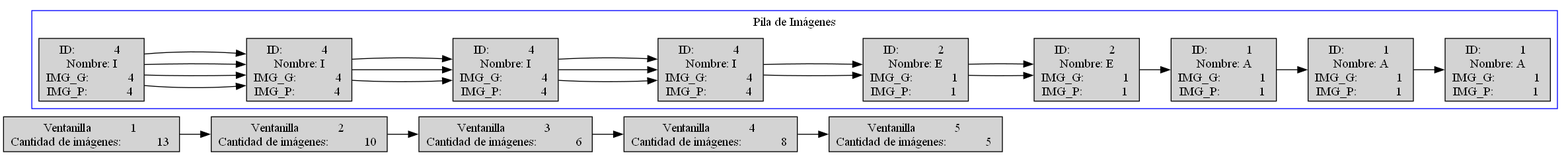
Earlier version of the Graphviz export Proyecto/listaventanas.dot.png (Serrano18/EDD_PROYECTO_202201989). Its source is kept beside it as Proyecto/listaventanas.dot. The source it was exported from:
```dot
 digraph pilasImagenes {
     node [shape=box, style=filled];
 rankdir = LR;
      "Ventanilla           1 " [label="Ventanilla            1 \nCantidad de imágenes:           13 ", shape=box];
     subgraph cluster_1
 {
         label="Pila de Imágenes";
         color=blue;
          "imagen           0 " [label="ID:            1 \nNombre: A\nIMG_G:            1 \nIMG_P:            1 "];
          "imagen           0 " -> "imagen           1 ";
          "imagen           1 " [label="ID:            1 \nNombre: A\nIMG_G:            1 \nIMG_P:            1 "];
          "imagen           1 " -> "imagen           2 ";
          "imagen           2 " [label="ID:            1 \nNombre: A\nIMG_G:            1 \nIMG_P:            1 "];
          "imagen           2 " -> "imagen           3 ";
          "imagen           3 " [label="ID:            1 \nNombre: A\nIMG_G:            1 \nIMG_P:            1 "];
          "imagen           3 " -> "imagen           4 ";
          "imagen           4 " [label="ID:            1 \nNombre: A\nIMG_G:            1 \nIMG_P:            1 "];
          "imagen           4 " -> "imagen           5 ";
          "imagen           5 " [label="ID:            1 \nNombre: A\nIMG_G:            1 \nIMG_P:            1 "];
          "imagen           5 " -> "imagen           6 ";
          "imagen           6 " [label="ID:            1 \nNombre: A\nIMG_G:            1 \nIMG_P:            1 "];
          "imagen           6 " -> "imagen           7 ";
          "imagen           7 " [label="ID:            1 \nNombre: A\nIMG_G:            1 \nIMG_P:            1 "];
          "imagen           7 " -> "imagen           8 ";
          "imagen           8 " [label="ID:            1 \nNombre: A\nIMG_G:            1 \nIMG_P:            1 "];
      }
     "Ventanilla           1 " -> "Ventanilla           2 ";
      "Ventanilla           2 " [label="Ventanilla            2 \nCantidad de imágenes:           10 ", shape=box];
     subgraph cluster_2
 {
         label="Pila de Imágenes";
         color=blue;
          "imagen           0 " [label="ID:            2 \nNombre: E\nIMG_G:            1 \nIMG_P:            1 "];
          "imagen           0 " -> "imagen           1 ";
          "imagen           1 " [label="ID:            2 \nNombre: E\nIMG_G:            1 \nIMG_P:            1 "];
          "imagen           1 " -> "imagen           2 ";
          "imagen           2 " [label="ID:            2 \nNombre: E\nIMG_G:            1 \nIMG_P:            1 "];
          "imagen           2 " -> "imagen           3 ";
          "imagen           3 " [label="ID:            2 \nNombre: E\nIMG_G:            1 \nIMG_P:            1 "];
          "imagen           3 " -> "imagen           4 ";
          "imagen           4 " [label="ID:            2 \nNombre: E\nIMG_G:            1 \nIMG_P:            1 "];
          "imagen           4 " -> "imagen           5 ";
          "imagen           5 " [label="ID:            2 \nNombre: E\nIMG_G:            1 \nIMG_P:            1 "];
      }
     "Ventanilla           2 " -> "Ventanilla           3 ";
      "Ventanilla           3 " [label="Ventanilla            3 \nCantidad de imágenes:            6 ", shape=box];
     subgraph cluster_3
 {
         label="Pila de Imágenes";
         color=blue;
          "imagen           0 " [label="ID:            3 \nNombre: B\nIMG_G:            0 \nIMG_P:            3 "];
          "imagen           0 " -> "imagen           1 ";
          "imagen           1 " [label="ID:            3 \nNombre: B\nIMG_G:            0 \nIMG_P:            3 "];
      }
     "Ventanilla           3 " -> "Ventanilla           4 ";
      "Ventanilla           4 " [label="Ventanilla            4 \nCantidad de imágenes:            8 ", shape=box];
     subgraph cluster_4
 {
         label="Pila de Imágenes";
         color=blue;
          "imagen           0 " [label="ID:            4 \nNombre: I\nIMG_G:            4 \nIMG_P:            4 "];
          "imagen           0 " -> "imagen           1 ";
          "imagen           1 " [label="ID:            4 \nNombre: I\nIMG_G:            4 \nIMG_P:            4 "];
          "imagen           1 " -> "imagen           2 ";
          "imagen           2 " [label="ID:            4 \nNombre: I\nIMG_G:            4 \nIMG_P:            4 "];
          "imagen           2 " -> "imagen           3 ";
          "imagen           3 " [label="ID:            4 \nNombre: I\nIMG_G:            4 \nIMG_P:            4 "];
      }
     "Ventanilla           4 " -> "Ventanilla           5 ";
      "Ventanilla           5 " [label="Ventanilla            5 \nCantidad de imágenes:            5 ", shape=box];
     subgraph cluster_5
 {
         label="Pila de Imágenes";
         color=blue;
      }
 }
```
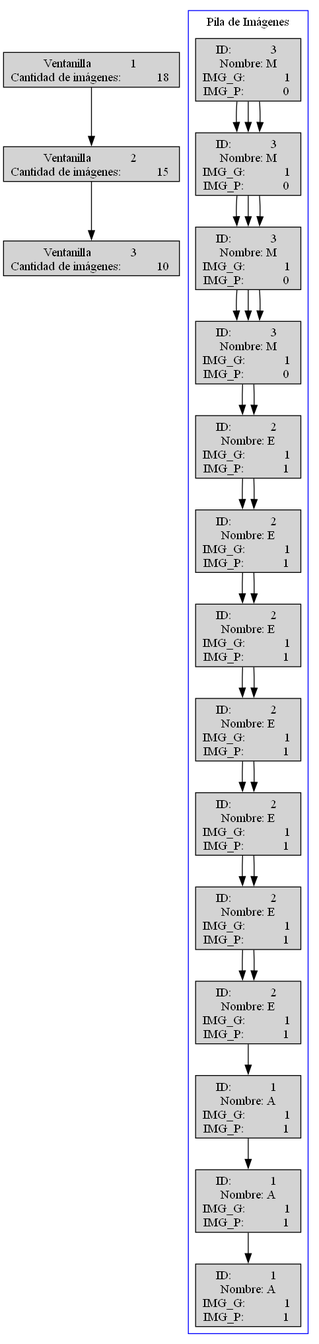
The same file after the commit.

The edit, as a diff of the source:
```diff
@@ -1,7 +1,7 @@
  digraph pilasImagenes {
      node [shape=box, style=filled];
- rankdir = LR;
-      "Ventanilla           1 " [label="Ventanilla            1 \nCantidad de imágenes:           13 ", shape=box];
+ rankdir = TB;
+      "Ventanilla           1 " [label="Ventanilla            1 \nCantidad de imágenes:           18 ", shape=box];
      subgraph cluster_1
  {
          label="Pila de Imágenes";
@@ -23,9 +23,19 @@
           "imagen           7 " [label="ID:            1 \nNombre: A\nIMG_G:            1 \nIMG_P:            1 "];
           "imagen           7 " -> "imagen           8 ";
           "imagen           8 " [label="ID:            1 \nNombre: A\nIMG_G:            1 \nIMG_P:            1 "];
+          "imagen           8 " -> "imagen           9 ";
+          "imagen           9 " [label="ID:            1 \nNombre: A\nIMG_G:            1 \nIMG_P:            1 "];
+          "imagen           9 " -> "imagen          10 ";
+          "imagen          10 " [label="ID:            1 \nNombre: A\nIMG_G:            1 \nIMG_P:            1 "];
+          "imagen          10 " -> "imagen          11 ";
+          "imagen          11 " [label="ID:            1 \nNombre: A\nIMG_G:            1 \nIMG_P:            1 "];
+          "imagen          11 " -> "imagen          12 ";
+          "imagen          12 " [label="ID:            1 \nNombre: A\nIMG_G:            1 \nIMG_P:            1 "];
+          "imagen          12 " -> "imagen          13 ";
+          "imagen          13 " [label="ID:            1 \nNombre: A\nIMG_G:            1 \nIMG_P:            1 "];
       }
      "Ventanilla           1 " -> "Ventanilla           2 ";
-      "Ventanilla           2 " [label="Ventanilla            2 \nCantidad de imágenes:           10 ", shape=box];
+      "Ventanilla           2 " [label="Ventanilla            2 \nCantidad de imágenes:           15 ", shape=box];
      subgraph cluster_2
  {
          label="Pila de Imágenes";
@@ -41,36 +51,29 @@
           "imagen           4 " [label="ID:            2 \nNombre: E\nIMG_G:            1 \nIMG_P:            1 "];
           "imagen           4 " -> "imagen           5 ";
           "imagen           5 " [label="ID:            2 \nNombre: E\nIMG_G:            1 \nIMG_P:            1 "];
+          "imagen           5 " -> "imagen           6 ";
+          "imagen           6 " [label="ID:            2 \nNombre: E\nIMG_G:            1 \nIMG_P:            1 "];
+          "imagen           6 " -> "imagen           7 ";
+          "imagen           7 " [label="ID:            2 \nNombre: E\nIMG_G:            1 \nIMG_P:            1 "];
+          "imagen           7 " -> "imagen           8 ";
+          "imagen           8 " [label="ID:            2 \nNombre: E\nIMG_G:            1 \nIMG_P:            1 "];
+          "imagen           8 " -> "imagen           9 ";
+          "imagen           9 " [label="ID:            2 \nNombre: E\nIMG_G:            1 \nIMG_P:            1 "];
+          "imagen           9 " -> "imagen          10 ";
+          "imagen          10 " [label="ID:            2 \nNombre: E\nIMG_G:            1 \nIMG_P:            1 "];
       }
      "Ventanilla           2 " -> "Ventanilla           3 ";
-      "Ventanilla           3 " [label="Ventanilla            3 \nCantidad de imágenes:            6 ", shape=box];
+      "Ventanilla           3 " [label="Ventanilla            3 \nCantidad de imágenes:           10 ", shape=box];
      subgraph cluster_3
  {
          label="Pila de Imágenes";
          color=blue;
-          "imagen           0 " [label="ID:            3 \nNombre: B\nIMG_G:            0 \nIMG_P:            3 "];
+          "imagen           0 " [label="ID:            3 \nNombre: M\nIMG_G:            1 \nIMG_P:            0 "];
           "imagen           0 " -> "imagen           1 ";
-          "imagen           1 " [label="ID:            3 \nNombre: B\nIMG_G:            0 \nIMG_P:            3 "];
-      }
-     "Ventanilla           3 " -> "Ventanilla           4 ";
-      "Ventanilla           4 " [label="Ventanilla            4 \nCantidad de imágenes:            8 ", shape=box];
-     subgraph cluster_4
- {
-         label="Pila de Imágenes";
-         color=blue;
-          "imagen           0 " [label="ID:            4 \nNombre: I\nIMG_G:            4 \nIMG_P:            4 "];
-          "imagen           0 " -> "imagen           1 ";
-          "imagen           1 " [label="ID:            4 \nNombre: I\nIMG_G:            4 \nIMG_P:            4 "];
+          "imagen           1 " [label="ID:            3 \nNombre: M\nIMG_G:            1 \nIMG_P:            0 "];
           "imagen           1 " -> "imagen           2 ";
-          "imagen           2 " [label="ID:            4 \nNombre: I\nIMG_G:            4 \nIMG_P:            4 "];
+          "imagen           2 " [label="ID:            3 \nNombre: M\nIMG_G:            1 \nIMG_P:            0 "];
           "imagen           2 " -> "imagen           3 ";
-          "imagen           3 " [label="ID:            4 \nNombre: I\nIMG_G:            4 \nIMG_P:            4 "];
-      }
-     "Ventanilla           4 " -> "Ventanilla           5 ";
-      "Ventanilla           5 " [label="Ventanilla            5 \nCantidad de imágenes:            5 ", shape=box];
-     subgraph cluster_5
- {
-         label="Pila de Imágenes";
-         color=blue;
+          "imagen           3 " [label="ID:            3 \nNombre: M\nIMG_G:            1 \nIMG_P:            0 "];
       }
  }
```
